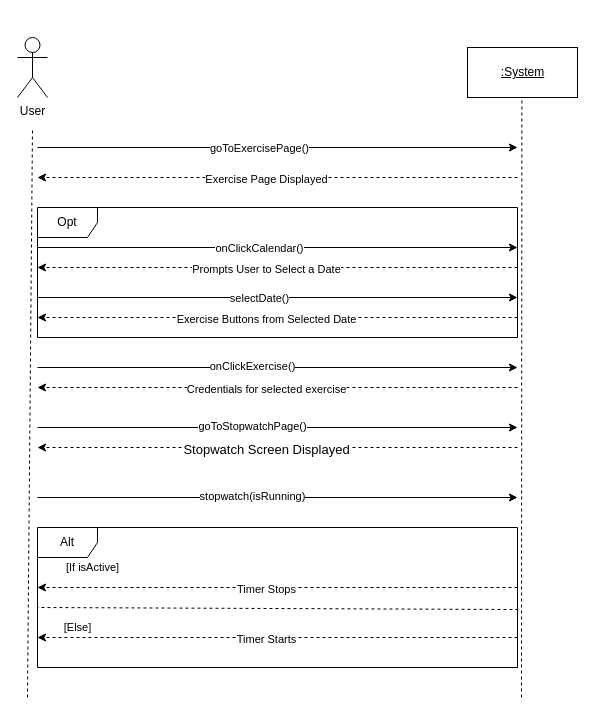
Esaied19/Team-Albatross keeps this draw.io diagram as SSD - Start Stopwatch.drawio. Above is the earlier version. Source tidied: cells renumbered, new cells numbered last; positions are measured from the earlier drawing's top-left corner, leaving out a move shared by most shapes. Both pictures are drawn from the tidied source at 100%, with x=0, y=0 at pixel (17, 37).
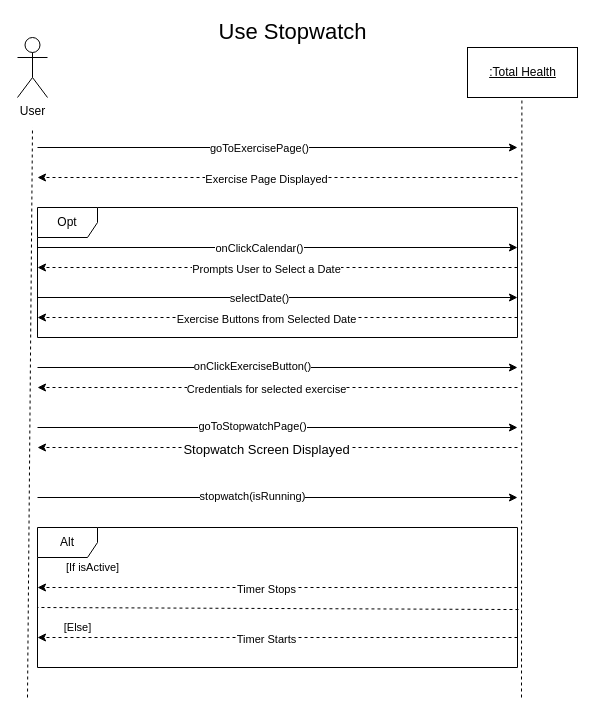
After the change.

Unchanged cells that the change refers to:
```xml
<mxCell id="12" style="endArrow=classic;html=1;rounded=0;" parent="1" edge="1">
  <mxGeometry relative="1" as="geometry">
    <mxPoint x="20" y="330" as="sourcePoint" />
    <mxPoint x="500" y="330" as="targetPoint" />
  </mxGeometry>
</mxCell>
```

The edit, as a diff of the source:
```diff
@@
-    <mxCell id="5" value="&lt;u&gt;:System&lt;/u&gt;" style="html=1;" parent="1" vertex="1">
+    <mxCell id="5" value="&lt;u&gt;:Total Health&lt;br&gt;&lt;/u&gt;" style="html=1;" parent="1" vertex="1">
       <mxGeometry x="450" y="10" width="110" height="50" as="geometry" />
     </mxCell>
@@
-    <mxCell id="13" value="onClickExercise()" style="edgeLabel;html=1;align=center;verticalAlign=middle;" parent="12" vertex="1">
+    <mxCell id="13" value="onClickExerciseButton()" style="edgeLabel;html=1;align=center;verticalAlign=middle;" parent="12" vertex="1">
       <mxGeometry x="-0.11" y="2" relative="1" as="geometry" />
     </mxCell>
@@
+    <mxCell id="37" value="Use Stopwatch" style="text;html=1;align=center;verticalAlign=middle;strokeColor=none;fillColor=none;fontSize=22;" parent="1" vertex="1">
+      <mxGeometry x="195" y="-20" width="160" height="30" as="geometry" />
+    </mxCell>
```
